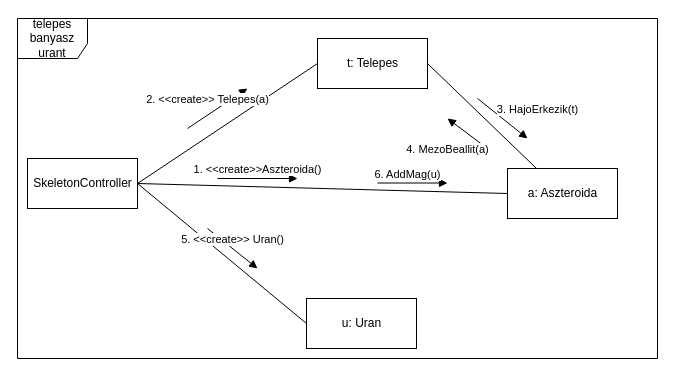
The draw.io diagram page "uran" (4 of 4) of doc/kommunikacio/kom_TelepesBanyasz.drawio in torpeBoiGo/aszteroidabanyaszat, before the edit. Source tidied: cells renumbered, new cells numbered last; positions are measured from the earlier drawing's top-left corner, leaving out a move shared by most shapes. Both pictures are drawn from the tidied source at 100%, with x=0, y=0 at pixel (17, 18).
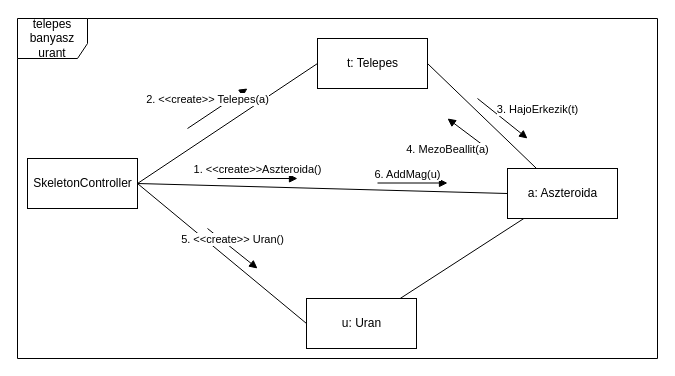
The same diagram, later.

Unchanged cells that the change refers to:
```xml
<mxCell id="5" value="a: Aszteroida" style="html=1;" parent="1" vertex="1">
  <mxGeometry x="490" y="150" width="110" height="50" as="geometry" />
</mxCell>
<mxCell id="13" value="u: Uran" style="html=1;" parent="1" vertex="1">
  <mxGeometry x="289" y="280" width="110" height="50" as="geometry" />
</mxCell>
```

What changed in the source:
```diff
@@
+    <mxCell id="17" style="endArrow=none;html=1;" parent="1" edge="1" source="13" target="5">
+      <mxGeometry relative="1" as="geometry" />
+    </mxCell>
```
